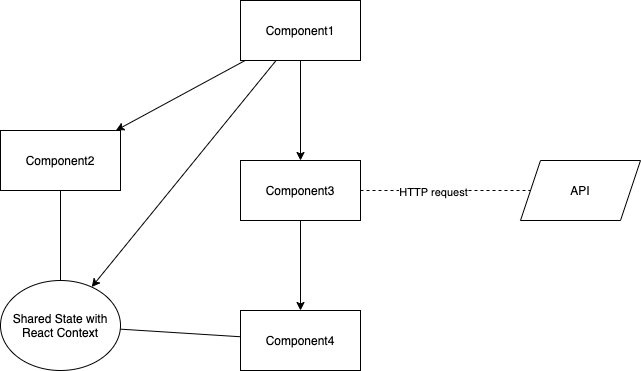
This is doc/shared-with-context.drawio.png from AnthoGdn/labo_redux_vs_react-context, a draw.io export, as it was before one commit. Source tidied: cells renumbered, new cells last; positions are measured from the earlier drawing's top-left corner, leaving out a move shared by most shapes. Source of this version:
```xml
<mxGraphModel>
  <root>
    <mxCell id="0" />
    <mxCell id="1" parent="0" />
    <mxCell id="2" style="rounded=0;jettySize=auto;html=1;" parent="1" edge="1" source="4" target="9">
      <mxGeometry relative="1" as="geometry" />
    </mxCell>
    <mxCell id="3" style="edgeStyle=none;rounded=0;jettySize=auto;html=1;" parent="1" edge="1" source="4" target="5">
      <mxGeometry relative="1" as="geometry" />
    </mxCell>
    <mxCell id="4" value="Component1" style="rounded=0;whiteSpace=wrap;html=1;" parent="1" vertex="1">
      <mxGeometry x="240" width="120" height="60" as="geometry" />
    </mxCell>
    <mxCell id="5" value="Component2" style="rounded=0;whiteSpace=wrap;html=1;" parent="1" vertex="1">
      <mxGeometry y="130" width="120" height="60" as="geometry" />
    </mxCell>
    <mxCell id="6" style="edgeStyle=none;rounded=0;jettySize=auto;html=1;" parent="1" edge="1" source="9" target="10">
      <mxGeometry relative="1" as="geometry" />
    </mxCell>
    <mxCell id="7" style="edgeStyle=none;rounded=0;jettySize=auto;html=1;endArrow=none;endFill=0;dashed=1;" parent="1" edge="1" source="9" target="15">
      <mxGeometry relative="1" as="geometry" />
    </mxCell>
    <mxCell id="8" value="HTTP request" style="edgeLabel;html=1;align=center;verticalAlign=middle;" parent="7" vertex="1">
      <mxGeometry x="-0.15" y="-1" relative="1" as="geometry" />
    </mxCell>
    <mxCell id="9" value="Component3" style="rounded=0;whiteSpace=wrap;html=1;" parent="1" vertex="1">
      <mxGeometry x="240" y="160" width="120" height="60" as="geometry" />
    </mxCell>
    <mxCell id="10" value="Component4" style="rounded=0;whiteSpace=wrap;html=1;" parent="1" vertex="1">
      <mxGeometry x="240" y="310" width="120" height="60" as="geometry" />
    </mxCell>
    <mxCell id="11" style="edgeStyle=none;rounded=0;jettySize=auto;html=1;endArrow=none;endFill=0;" parent="1" edge="1" source="14" target="5">
      <mxGeometry relative="1" as="geometry" />
    </mxCell>
    <mxCell id="12" style="edgeStyle=none;rounded=0;jettySize=auto;html=1;endArrow=none;endFill=0;" parent="1" edge="1" source="14" target="10">
      <mxGeometry relative="1" as="geometry" />
    </mxCell>
    <mxCell id="13" style="edgeStyle=none;rounded=0;jettySize=auto;html=1;endArrow=none;endFill=0;startArrow=classic;startFill=1;" parent="1" edge="1" source="14" target="4">
      <mxGeometry relative="1" as="geometry" />
    </mxCell>
    <mxCell id="14" value="Shared State with React Context" style="ellipse;whiteSpace=wrap;html=1;" parent="1" vertex="1">
      <mxGeometry y="280" width="120" height="90" as="geometry" />
    </mxCell>
    <mxCell id="15" value="API" style="shape=parallelogram;perimeter=parallelogramPerimeter;whiteSpace=wrap;html=1;fixedSize=1;" parent="1" vertex="1">
      <mxGeometry x="520" y="160" width="120" height="60" as="geometry" />
    </mxCell>
  </root>
</mxGraphModel>
```
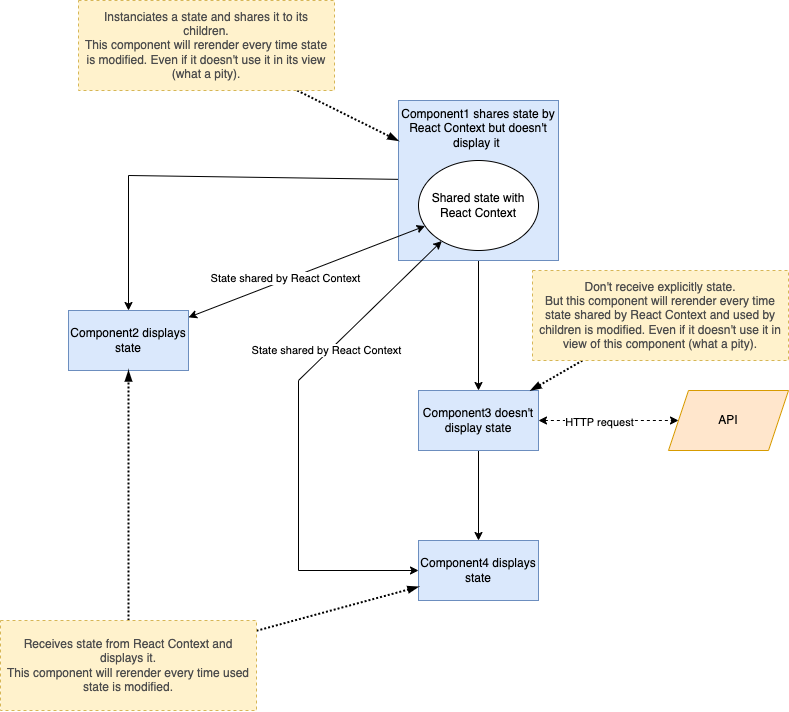
Later version of the same file.

Change to the diagram source:
```diff
@@ -6,43 +6,78 @@
       <mxGeometry relative="1" as="geometry" />
     </mxCell>
     <mxCell id="3" style="edgeStyle=none;rounded=0;jettySize=auto;html=1;" parent="1" edge="1" source="4" target="5">
-      <mxGeometry relative="1" as="geometry" />
+      <mxGeometry relative="1" as="geometry">
+        <Array as="points">
+          <mxPoint x="-20" y="-55" />
+        </Array>
+      </mxGeometry>
     </mxCell>
-    <mxCell id="4" value="Component1" style="rounded=0;whiteSpace=wrap;html=1;" parent="1" vertex="1">
-      <mxGeometry x="240" width="120" height="60" as="geometry" />
+    <mxCell id="4" value="Component1 shares state by React Context but doesn't display it&amp;nbsp;" style="rounded=0;whiteSpace=wrap;html=1;fillColor=#dae8fc;strokeColor=#6c8ebf;verticalAlign=top;" parent="1" vertex="1">
+      <mxGeometry x="250" y="-130" width="160" height="160" as="geometry" />
     </mxCell>
-    <mxCell id="5" value="Component2" style="rounded=0;whiteSpace=wrap;html=1;" parent="1" vertex="1">
-      <mxGeometry y="130" width="120" height="60" as="geometry" />
+    <mxCell id="5" value="Component2 displays state" style="rounded=0;whiteSpace=wrap;html=1;fillColor=#dae8fc;strokeColor=#6c8ebf;" parent="1" vertex="1">
+      <mxGeometry x="-80" y="80" width="120" height="60" as="geometry" />
     </mxCell>
     <mxCell id="6" style="edgeStyle=none;rounded=0;jettySize=auto;html=1;" parent="1" edge="1" source="9" target="10">
       <mxGeometry relative="1" as="geometry" />
     </mxCell>
-    <mxCell id="7" style="edgeStyle=none;rounded=0;jettySize=auto;html=1;endArrow=none;endFill=0;dashed=1;" parent="1" edge="1" source="9" target="15">
+    <mxCell id="7" style="edgeStyle=none;rounded=0;jettySize=auto;html=1;endArrow=classic;endFill=1;dashed=1;startArrow=classic;startFill=1;" parent="1" edge="1" source="9" target="15">
       <mxGeometry relative="1" as="geometry" />
     </mxCell>
     <mxCell id="8" value="HTTP request" style="edgeLabel;html=1;align=center;verticalAlign=middle;" parent="7" vertex="1">
       <mxGeometry x="-0.15" y="-1" relative="1" as="geometry" />
     </mxCell>
-    <mxCell id="9" value="Component3" style="rounded=0;whiteSpace=wrap;html=1;" parent="1" vertex="1">
-      <mxGeometry x="240" y="160" width="120" height="60" as="geometry" />
+    <mxCell id="9" value="Component3 doesn't display state" style="rounded=0;whiteSpace=wrap;html=1;fillColor=#dae8fc;strokeColor=#6c8ebf;" parent="1" vertex="1">
+      <mxGeometry x="270" y="160" width="120" height="60" as="geometry" />
     </mxCell>
-    <mxCell id="10" value="Component4" style="rounded=0;whiteSpace=wrap;html=1;" parent="1" vertex="1">
-      <mxGeometry x="240" y="310" width="120" height="60" as="geometry" />
+    <mxCell id="10" value="Component4 displays state" style="rounded=0;whiteSpace=wrap;html=1;fillColor=#dae8fc;strokeColor=#6c8ebf;" parent="1" vertex="1">
+      <mxGeometry x="270" y="310" width="120" height="60" as="geometry" />
     </mxCell>
-    <mxCell id="11" style="edgeStyle=none;rounded=0;jettySize=auto;html=1;endArrow=none;endFill=0;" parent="1" edge="1" source="14" target="5">
+    <mxCell id="11" style="edgeStyle=none;rounded=0;jettySize=auto;html=1;endArrow=classic;endFill=1;startArrow=classic;startFill=1;" parent="1" edge="1" source="14" target="5">
       <mxGeometry relative="1" as="geometry" />
     </mxCell>
+    <mxCell id="16" value="State shared by React Context" style="edgeLabel;html=1;align=center;verticalAlign=middle;" parent="11" vertex="1">
+      <mxGeometry x="0.17" y="-2" relative="1" as="geometry">
+        <mxPoint x="-1" as="offset" />
+      </mxGeometry>
+    </mxCell>
-    <mxCell id="12" style="edgeStyle=none;rounded=0;jettySize=auto;html=1;endArrow=none;endFill=0;" parent="1" edge="1" source="14" target="10">
-      <mxGeometry relative="1" as="geometry" />
+    <mxCell id="12" style="edgeStyle=none;rounded=0;jettySize=auto;html=1;endArrow=classic;endFill=1;startArrow=classic;startFill=1;" parent="1" edge="1" source="14" target="10">
+      <mxGeometry relative="1" as="geometry">
+        <Array as="points">
+          <mxPoint x="150" y="150" />
+          <mxPoint x="150" y="340" />
+        </Array>
+      </mxGeometry>
     </mxCell>
-    <mxCell id="13" style="edgeStyle=none;rounded=0;jettySize=auto;html=1;endArrow=none;endFill=0;startArrow=classic;startFill=1;" parent="1" edge="1" source="14" target="4">
-      <mxGeometry relative="1" as="geometry" />
-    </mxCell>
+    <mxCell id="17" value="State shared by React Context" style="edgeLabel;html=1;align=center;verticalAlign=middle;" parent="12" vertex="1">
+      <mxGeometry x="-0.38" y="-3" relative="1" as="geometry" />
+    </mxCell>
-    <mxCell id="14" value="Shared State with React Context" style="ellipse;whiteSpace=wrap;html=1;" parent="1" vertex="1">
-      <mxGeometry y="280" width="120" height="90" as="geometry" />
+    <mxCell id="14" value="Shared state with React Context" style="ellipse;whiteSpace=wrap;html=1;" parent="1" vertex="1">
+      <mxGeometry x="270" y="-70" width="120" height="90" as="geometry" />
     </mxCell>
-    <mxCell id="15" value="API" style="shape=parallelogram;perimeter=parallelogramPerimeter;whiteSpace=wrap;html=1;fixedSize=1;" parent="1" vertex="1">
+    <mxCell id="15" value="API" style="shape=parallelogram;perimeter=parallelogramPerimeter;whiteSpace=wrap;html=1;fixedSize=1;fillColor=#ffe6cc;strokeColor=#d79b00;" parent="1" vertex="1">
       <mxGeometry x="520" y="160" width="120" height="60" as="geometry" />
     </mxCell>
+    <mxCell id="18" style="rounded=0;jettySize=auto;html=1;startArrow=none;startFill=0;endArrow=blockThin;endFill=1;strokeWidth=2;dashed=1;dashPattern=1 1;" parent="1" edge="1" source="19" target="4">
+      <mxGeometry relative="1" as="geometry" />
+    </mxCell>
+    <mxCell id="19" value="&lt;span style=&quot;text-align: left&quot;&gt;Instanciates a state and shares it to its children.&lt;/span&gt;&lt;br style=&quot;text-align: left&quot;&gt;&lt;span style=&quot;text-align: left&quot;&gt;This component will rerender every time state is&amp;nbsp;&lt;/span&gt;&lt;span style=&quot;text-align: left&quot;&gt;modified&lt;/span&gt;&lt;span style=&quot;text-align: left&quot;&gt;. Even if it doesn't use it in its view (what a pity).&lt;/span&gt;" style="rounded=0;whiteSpace=wrap;html=1;fillColor=#fff2cc;strokeColor=#d6b656;dashed=1;fontColor=#4D4D4D;spacingLeft=5;spacingRight=5;" parent="1" vertex="1">
+      <mxGeometry x="-70" y="-230" width="256" height="90" as="geometry" />
+    </mxCell>
+    <mxCell id="20" style="edgeStyle=none;rounded=0;jettySize=auto;html=1;dashed=1;dashPattern=1 1;startArrow=none;startFill=0;endArrow=blockThin;endFill=1;strokeWidth=2;" parent="1" edge="1" source="21" target="9">
+      <mxGeometry relative="1" as="geometry" />
+    </mxCell>
+    <mxCell id="21" value="&lt;span style=&quot;text-align: left&quot;&gt;Don't receive explicitly state.&lt;/span&gt;&lt;br style=&quot;text-align: left&quot;&gt;&lt;span style=&quot;text-align: left&quot;&gt;But this component will&amp;nbsp;&lt;/span&gt;&lt;span style=&quot;text-align: left&quot;&gt;rerender&lt;/span&gt;&lt;span style=&quot;text-align: left&quot;&gt;&amp;nbsp;every time state shared by React Context and used by children is&amp;nbsp;&lt;/span&gt;&lt;span style=&quot;text-align: left&quot;&gt;modified&lt;/span&gt;&lt;span style=&quot;text-align: left&quot;&gt;. Even if it doesn't use it in view of this component&amp;nbsp;&lt;/span&gt;&lt;span style=&quot;text-align: left&quot;&gt;(what a pity).&lt;/span&gt;&lt;span style=&quot;text-align: left&quot;&gt;&lt;br&gt;&lt;/span&gt;" style="rounded=0;whiteSpace=wrap;html=1;fillColor=#fff2cc;strokeColor=#d6b656;dashed=1;fontColor=#4D4D4D;spacingLeft=5;spacingRight=5;" parent="1" vertex="1">
+      <mxGeometry x="384" y="40" width="256" height="90" as="geometry" />
+    </mxCell>
+    <mxCell id="22" style="edgeStyle=none;rounded=0;jettySize=auto;html=1;dashed=1;dashPattern=1 1;startArrow=none;startFill=0;endArrow=blockThin;endFill=1;strokeWidth=2;" parent="1" edge="1" source="24" target="10">
+      <mxGeometry relative="1" as="geometry" />
+    </mxCell>
+    <mxCell id="23" style="edgeStyle=none;rounded=0;jettySize=auto;html=1;dashed=1;dashPattern=1 1;startArrow=none;startFill=0;endArrow=blockThin;endFill=1;strokeWidth=2;" parent="1" edge="1" source="24" target="5">
+      <mxGeometry relative="1" as="geometry" />
+    </mxCell>
+    <mxCell id="24" value="&lt;span style=&quot;text-align: left&quot;&gt;Receives state from React Context and displays it.&lt;/span&gt;&lt;br style=&quot;text-align: left&quot;&gt;&lt;span style=&quot;text-align: left&quot;&gt;This component will&amp;nbsp;&lt;/span&gt;&lt;span style=&quot;text-align: left&quot;&gt;rerender&lt;/span&gt;&lt;span style=&quot;text-align: left&quot;&gt;&amp;nbsp;every time used state is&amp;nbsp;&lt;/span&gt;&lt;span style=&quot;text-align: left&quot;&gt;modified&lt;/span&gt;&lt;span style=&quot;text-align: left&quot;&gt;.&lt;/span&gt;" style="rounded=0;whiteSpace=wrap;html=1;fillColor=#fff2cc;strokeColor=#d6b656;dashed=1;fontColor=#4D4D4D;spacingLeft=5;spacingRight=5;" parent="1" vertex="1">
+      <mxGeometry x="-148" y="390" width="256" height="90" as="geometry" />
+    </mxCell>
   </root>
 </mxGraphModel>
```
